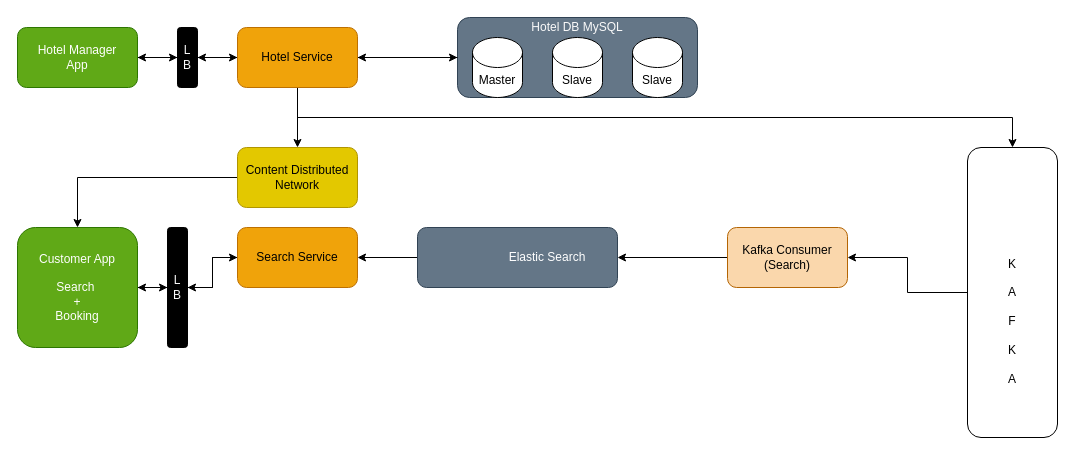
The draw.io diagram Hotel Booking System.drawio in purnendukar/MySystemDesigns, before the edit. Source tidied: cells renumbered, new cells numbered last; positions are measured from the earlier drawing's top-left corner, leaving out a move shared by most shapes. Both pictures are drawn from the tidied source at 100%, with x=0, y=0 at pixel (17, 17).
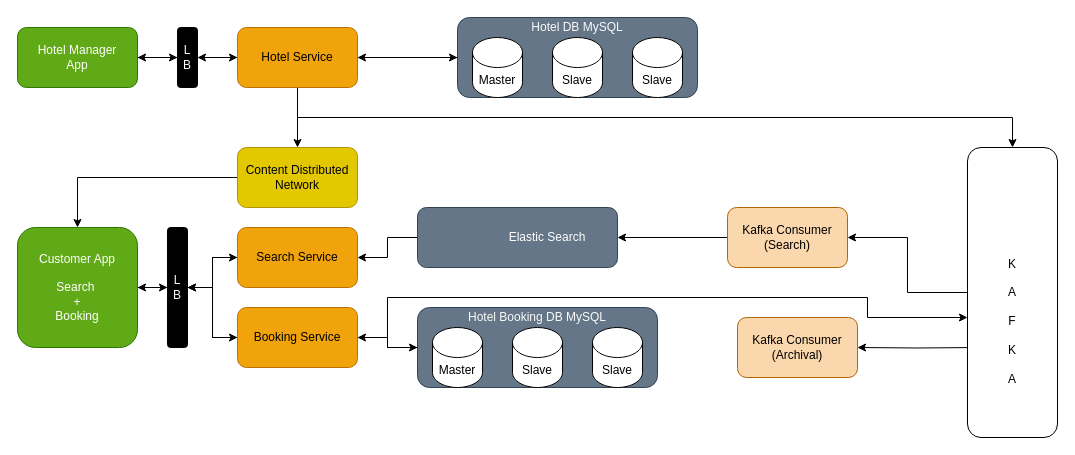
Above is the later version.

Commit message:
Booking flow added

Unchanged cells that the change refers to:
```xml
<mxCell id="27" value="L&lt;br&gt;B" style="rounded=1;whiteSpace=wrap;html=1;fillColor=#000000;fontColor=#FAFAFA;" parent="1" vertex="1">
  <mxGeometry x="150" y="210" width="20" height="120" as="geometry" />
</mxCell>
```

What changed in the source:
```diff
@@
+    <mxCell id="34" style="edgeStyle=orthogonalEdgeStyle;rounded=0;jettySize=auto;html=1;entryX=1;entryY=0.5;entryDx=0;entryDy=0;" parent="1" edge="1" target="47">
+      <mxGeometry relative="1" as="geometry">
+        <mxPoint x="960" y="330" as="sourcePoint" />
+      </mxGeometry>
+    </mxCell>
@@
+    <mxCell id="35" style="edgeStyle=orthogonalEdgeStyle;rounded=0;jettySize=auto;html=1;entryX=0;entryY=0.5;entryDx=0;entryDy=0;" parent="1" edge="1" source="27" target="39">
+      <mxGeometry relative="1" as="geometry" />
+    </mxCell>
@@
     <mxCell id="31" value="&amp;nbsp; &amp;nbsp; &amp;nbsp; &amp;nbsp; &amp;nbsp; &amp;nbsp; &amp;nbsp; &amp;nbsp; &amp;nbsp; Elastic Search" style="rounded=1;whiteSpace=wrap;html=1;fillColor=#647687;strokeColor=#314354;fontColor=#ffffff;" parent="1" vertex="1">
-      <mxGeometry x="400" y="210" width="200" height="60" as="geometry" />
+      <mxGeometry x="400" y="190" width="200" height="60" as="geometry" />
     </mxCell>
@@
     <mxCell id="33" value="Kafka Consumer (Search)" style="rounded=1;whiteSpace=wrap;html=1;fillColor=#fad7ac;strokeColor=#b46504;" parent="1" vertex="1">
-      <mxGeometry x="710" y="210" width="120" height="60" as="geometry" />
+      <mxGeometry x="710" y="190" width="120" height="60" as="geometry" />
     </mxCell>
+    <mxCell id="36" style="edgeStyle=orthogonalEdgeStyle;rounded=0;jettySize=auto;html=1;entryX=1;entryY=0.5;entryDx=0;entryDy=0;" parent="1" edge="1" source="39" target="27">
+      <mxGeometry relative="1" as="geometry" />
+    </mxCell>
+    <mxCell id="37" style="edgeStyle=orthogonalEdgeStyle;rounded=0;jettySize=auto;html=1;" parent="1" edge="1" source="39">
+      <mxGeometry relative="1" as="geometry">
+        <mxPoint x="950" y="300" as="targetPoint" />
+        <Array as="points">
+          <mxPoint x="370" y="320" />
+          <mxPoint x="370" y="280" />
+          <mxPoint x="850" y="280" />
+          <mxPoint x="850" y="300" />
+        </Array>
+      </mxGeometry>
+    </mxCell>
+    <mxCell id="38" style="edgeStyle=orthogonalEdgeStyle;rounded=0;jettySize=auto;html=1;entryX=0;entryY=0.5;entryDx=0;entryDy=0;" parent="1" edge="1" source="39" target="41">
+      <mxGeometry relative="1" as="geometry" />
+    </mxCell>
+    <mxCell id="39" value="Booking Service" style="rounded=1;whiteSpace=wrap;html=1;fillColor=#f0a30a;strokeColor=#BD7000;fontColor=#000000;" parent="1" vertex="1">
+      <mxGeometry x="220" y="290" width="120" height="60" as="geometry" />
+    </mxCell>
+    <mxCell id="40" style="group;rounded=1;" parent="1" vertex="1">
+      <mxGeometry x="400" y="290" width="240" height="80" as="geometry" />
+    </mxCell>
+    <mxCell id="41" style="rounded=1;whiteSpace=wrap;html=1;fillColor=#647687;strokeColor=#314354;fontColor=#ffffff;" parent="40" vertex="1">
+      <mxGeometry width="240" height="80" as="geometry" />
+    </mxCell>
+    <mxCell id="42" value="Hotel Booking DB MySQL" style="text;html=1;strokeColor=none;fillColor=none;align=center;verticalAlign=middle;whiteSpace=wrap;rounded=0;fontColor=#FAFAFA;" parent="40" vertex="1">
+      <mxGeometry x="20" width="200" height="20" as="geometry" />
+    </mxCell>
+    <mxCell id="43" value="Master" style="shape=cylinder3;whiteSpace=wrap;html=1;boundedLbl=1;backgroundOutline=1;size=15;" parent="40" vertex="1">
+      <mxGeometry x="15" y="20" width="50" height="60" as="geometry" />
+    </mxCell>
+    <mxCell id="44" value="Slave" style="shape=cylinder3;whiteSpace=wrap;html=1;boundedLbl=1;backgroundOutline=1;size=15;" parent="40" vertex="1">
+      <mxGeometry x="95" y="20" width="50" height="60" as="geometry" />
+    </mxCell>
+    <mxCell id="45" value="Slave" style="shape=cylinder3;whiteSpace=wrap;html=1;boundedLbl=1;backgroundOutline=1;size=15;" parent="40" vertex="1">
+      <mxGeometry x="175" y="20" width="50" height="60" as="geometry" />
+    </mxCell>
+    <mxCell id="46" style="edgeStyle=orthogonalEdgeStyle;rounded=0;jettySize=auto;html=1;entryX=1;entryY=0.5;entryDx=0;entryDy=0;" parent="1" edge="1" source="41" target="39">
+      <mxGeometry relative="1" as="geometry" />
+    </mxCell>
+    <mxCell id="47" value="Kafka Consumer (Archival)" style="rounded=1;whiteSpace=wrap;html=1;fillColor=#fad7ac;strokeColor=#b46504;" parent="1" vertex="1">
+      <mxGeometry x="720" y="300" width="120" height="60" as="geometry" />
+    </mxCell>
```
